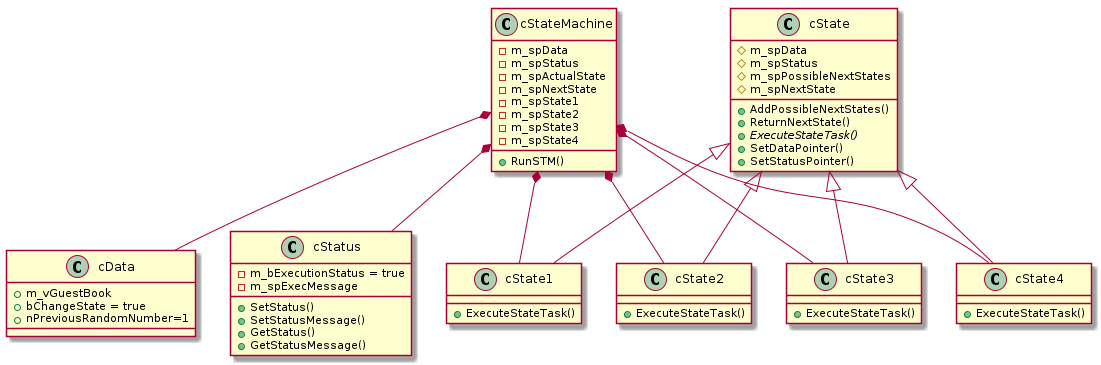
Before: StateMachine.png, a diagram exported from PlantUML (VPERepos/StateMachineDesignPattern). The source it was exported from:
```plantuml
@startuml

class cData{
    +m_vGuestBook
    +bChangeState = true
    +nPreviousRandomNumber=1
}

class cStatus{
    +SetStatus()
    +SetStatusMessage()
    +GetStatus()
    +GetStatusMessage()
    -m_bExecutionStatus = true
    -m_spExecMessage
}

class cStateMachine{
    -m_spData
    -m_spStatus
    -m_spActualState
    -m_spNextState
    -m_spState1
    -m_spState2
    -m_spState3
    -m_spState4
    +RunSTM()
}

class cState{
    #m_spData
    #m_spStatus
    #m_spPossibleNextStates
    #m_spNextState
    +AddPossibleNextStates()
    +ReturnNextState()
    {abstract}+ExecuteStateTask()
    +SetDataPointer()
    +SetStatusPointer()
}
class cState1{
    +ExecuteStateTask()
}
class cState2{
    +ExecuteStateTask()
}
class cState3{
    +ExecuteStateTask()
}
class cState4{
    +ExecuteStateTask()
}

cState <|-- cState1
cState <|-- cState2
cState <|-- cState3
cState <|-- cState4

cStateMachine *-- cData
cStateMachine *-- cStatus
cStateMachine *-- cState1
cStateMachine *-- cState2
cStateMachine *-- cState3
cStateMachine *-- cState4

@enduml
```
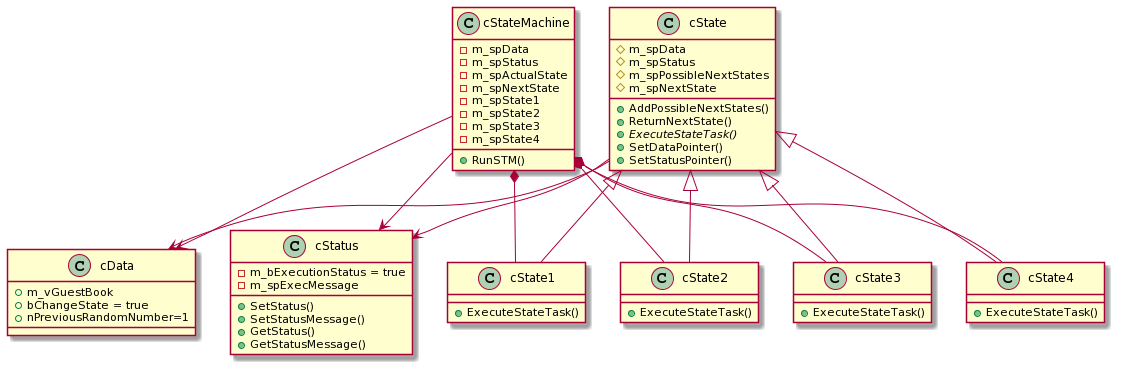
The same diagram one commit later.

Commit message:
corrected UML diagram

Diff of the diagram source:
```diff
@@ -1,5 +1,4 @@
 @startuml
-
 class cData{
     +m_vGuestBook
     +bChangeState = true
@@ -56,11 +55,12 @@
 cState <|-- cState3
 cState <|-- cState4
 
-cStateMachine *-- cData
-cStateMachine *-- cStatus
+cStateMachine --> cData
+cStateMachine --> cStatus
+cState --> cData
+cState --> cStatus
 cStateMachine *-- cState1
 cStateMachine *-- cState2
 cStateMachine *-- cState3
 cStateMachine *-- cState4
-
 @enduml
```
